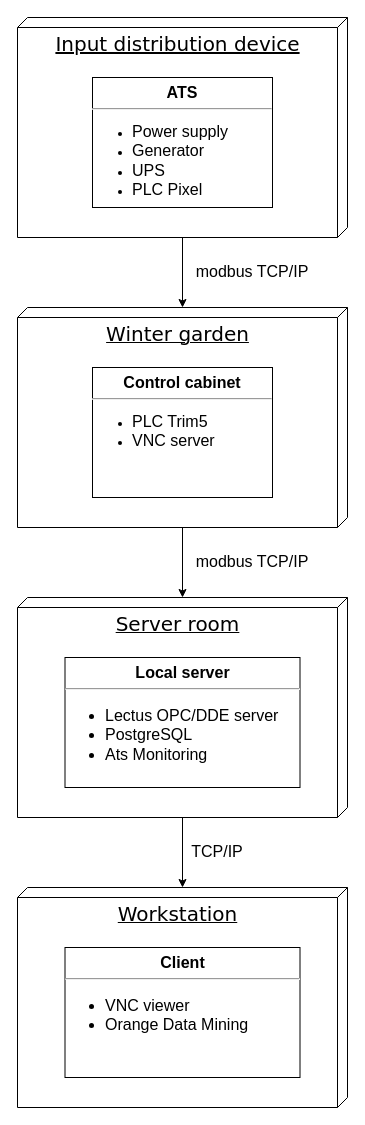
Before: diagram ats-monitoring.drawio.xml in stepanov-denis/ats-monitoring, a draw.io diagram. Source tidied: cells renumbered, new cells numbered last; positions are measured from the earlier drawing's top-left corner, leaving out a move shared by most shapes. Both pictures are drawn from the tidied source at 100%, with x=0, y=0 at pixel (17, 17).
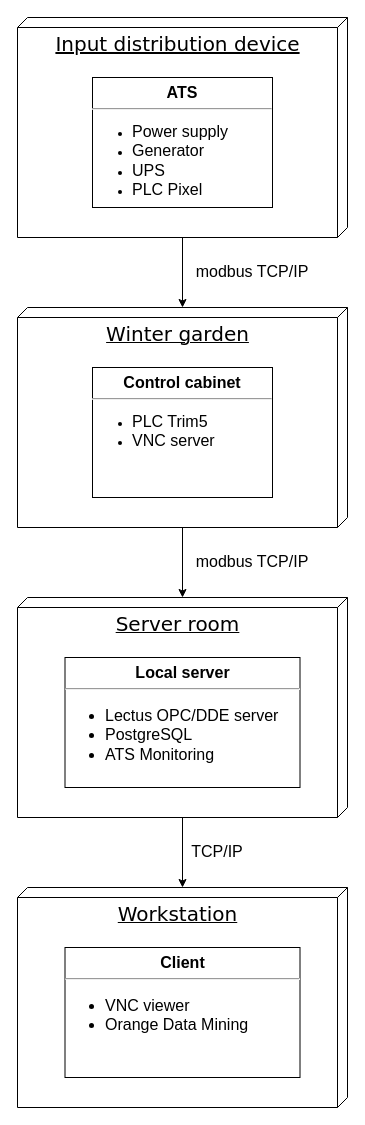
The same diagram, later.

Change to the diagram source:
```diff
@@
 <mxGraphModel>
   <root>
     <mxCell id="0" />
     <mxCell id="1" parent="0" />
     <mxCell id="2" style="edgeStyle=orthogonalEdgeStyle;rounded=0;jettySize=auto;html=1;fontSize=16;" parent="1" edge="1" source="3" target="6">
       <mxGeometry relative="1" as="geometry" />
     </mxCell>
     <mxCell id="3" value="&lt;div style=&quot;font-size: 20px&quot; align=&quot;center&quot;&gt;&lt;font style=&quot;font-size: 20px&quot;&gt;Input distribution device&lt;/font&gt;&lt;/div&gt;" style="verticalAlign=top;align=center;spacingTop=8;spacingLeft=2;spacingRight=12;shape=cube;size=10;direction=south;fontStyle=4;html=1;rounded=0;shadow=0;comic=0;labelBackgroundColor=none;strokeWidth=1;fontFamily=Verdana;fontSize=12;" parent="1" vertex="1">
       <mxGeometry width="330" height="220" as="geometry" />
     </mxCell>
     <mxCell id="4" value="&lt;p style=&quot;margin: 6px 0px 0px&quot; align=&quot;center&quot;&gt;&lt;b&gt;&lt;font size=&quot;1&quot;&gt;&lt;span style=&quot;font-size: 16px&quot;&gt;ATS&lt;/span&gt;&lt;/font&gt;&lt;/b&gt;&lt;/p&gt;&lt;hr align=&quot;left&quot;&gt;&lt;div align=&quot;left&quot;&gt;&lt;ul&gt;&lt;li&gt;&lt;font style=&quot;font-size: 16px&quot;&gt;Power supply&lt;/font&gt;&lt;/li&gt;&lt;li&gt;&lt;font style=&quot;font-size: 16px&quot;&gt;Generator&lt;/font&gt;&lt;/li&gt;&lt;li&gt;&lt;font style=&quot;font-size: 16px&quot;&gt;UPS&lt;/font&gt;&lt;/li&gt;&lt;li&gt;&lt;font style=&quot;font-size: 16px&quot;&gt;PLC Pixel&lt;/font&gt;&lt;/li&gt;&lt;/ul&gt;&lt;/div&gt;" style="align=left;overflow=fill;html=1;" parent="1" vertex="1">
       <mxGeometry x="75" y="60" width="180" height="130" as="geometry" />
     </mxCell>
     <mxCell id="5" style="edgeStyle=orthogonalEdgeStyle;rounded=0;jettySize=auto;html=1;fontSize=16;" parent="1" edge="1" source="6" target="10">
       <mxGeometry relative="1" as="geometry" />
     </mxCell>
     <mxCell id="6" value="&lt;div align=&quot;center&quot;&gt;&lt;font style=&quot;font-size: 20px&quot;&gt;Winter garden&lt;/font&gt;&lt;/div&gt;" style="verticalAlign=top;align=center;spacingTop=8;spacingLeft=2;spacingRight=12;shape=cube;size=10;direction=south;fontStyle=4;html=1;rounded=0;shadow=0;comic=0;labelBackgroundColor=none;strokeWidth=1;fontFamily=Verdana;fontSize=12;" parent="1" vertex="1">
       <mxGeometry y="290" width="330" height="220" as="geometry" />
     </mxCell>
     <mxCell id="7" value="&lt;p style=&quot;margin: 0px ; margin-top: 6px ; text-align: center&quot;&gt;&lt;b&gt;&lt;font style=&quot;font-size: 16px&quot;&gt;Control cabinet&lt;/font&gt;&lt;/b&gt;&lt;br&gt;&lt;/p&gt;&lt;hr&gt;&lt;div align=&quot;left&quot;&gt;&lt;ul&gt;&lt;li&gt;&lt;font style=&quot;font-size: 16px&quot;&gt;PLC Trim5&lt;/font&gt;&lt;/li&gt;&lt;li&gt;&lt;font style=&quot;font-size: 16px&quot;&gt;VNC server&lt;br&gt;&lt;/font&gt;&lt;/li&gt;&lt;/ul&gt;&lt;/div&gt;" style="align=left;overflow=fill;html=1;" parent="1" vertex="1">
       <mxGeometry x="75" y="350" width="180" height="130" as="geometry" />
     </mxCell>
     <mxCell id="8" value="modbus TCP/IP" style="text;align=center;fontStyle=0;verticalAlign=middle;spacingLeft=3;spacingRight=3;strokeColor=none;fontSize=16;" parent="1" vertex="1">
       <mxGeometry x="170" y="240" width="130" height="26" as="geometry" />
     </mxCell>
     <mxCell id="9" style="edgeStyle=orthogonalEdgeStyle;rounded=0;jettySize=auto;html=1;fontSize=16;" parent="1" edge="1" source="10" target="13">
       <mxGeometry relative="1" as="geometry" />
     </mxCell>
     <mxCell id="10" value="&lt;font style=&quot;font-size: 20px&quot;&gt;Server room&lt;/font&gt;" style="verticalAlign=top;align=center;spacingTop=8;spacingLeft=2;spacingRight=12;shape=cube;size=10;direction=south;fontStyle=4;html=1;rounded=0;shadow=0;comic=0;labelBackgroundColor=none;strokeWidth=1;fontFamily=Verdana;fontSize=12;" parent="1" vertex="1">
       <mxGeometry y="580" width="330" height="220" as="geometry" />
     </mxCell>
-    <mxCell id="11" value="&lt;p style=&quot;margin: 0px ; margin-top: 6px ; text-align: center&quot;&gt;&lt;b&gt;&lt;font size=&quot;1&quot;&gt;&lt;span style=&quot;font-size: 16px&quot;&gt;Local server&lt;br&gt;&lt;/span&gt;&lt;/font&gt;&lt;/b&gt;&lt;/p&gt;&lt;hr&gt;&lt;ul style=&quot;font-size: 16px&quot;&gt;&lt;li&gt;&lt;font style=&quot;font-size: 16px&quot;&gt;Lectus OPC/DDE server&lt;br&gt;&lt;/font&gt;&lt;/li&gt;&lt;li&gt;PostgreSQL&lt;br&gt;&lt;/li&gt;&lt;li&gt;Ats Monitoring&lt;br&gt;&lt;/li&gt;&lt;/ul&gt;" style="align=left;overflow=fill;html=1;" parent="1" vertex="1">
+    <mxCell id="11" value="&lt;p style=&quot;margin: 0px ; margin-top: 6px ; text-align: center&quot;&gt;&lt;b&gt;&lt;font size=&quot;1&quot;&gt;&lt;span style=&quot;font-size: 16px&quot;&gt;Local server&lt;br&gt;&lt;/span&gt;&lt;/font&gt;&lt;/b&gt;&lt;/p&gt;&lt;hr&gt;&lt;ul style=&quot;font-size: 16px&quot;&gt;&lt;li&gt;&lt;font style=&quot;font-size: 16px&quot;&gt;Lectus OPC/DDE server&lt;br&gt;&lt;/font&gt;&lt;/li&gt;&lt;li&gt;PostgreSQL&lt;br&gt;&lt;/li&gt;&lt;li&gt;ATS Monitoring&lt;br&gt;&lt;/li&gt;&lt;/ul&gt;" style="align=left;overflow=fill;html=1;" parent="1" vertex="1">
       <mxGeometry x="47.5" y="640" width="235" height="130" as="geometry" />
     </mxCell>
     <mxCell id="12" value="modbus TCP/IP" style="text;align=center;fontStyle=0;verticalAlign=middle;spacingLeft=3;spacingRight=3;strokeColor=none;fontSize=16;" parent="1" vertex="1">
       <mxGeometry x="170" y="530" width="130" height="26" as="geometry" />
     </mxCell>
     <mxCell id="13" value="&lt;font style=&quot;font-size: 20px&quot;&gt;Workstation&lt;/font&gt;" style="verticalAlign=top;align=center;spacingTop=8;spacingLeft=2;spacingRight=12;shape=cube;size=10;direction=south;fontStyle=4;html=1;rounded=0;shadow=0;comic=0;labelBackgroundColor=none;strokeWidth=1;fontFamily=Verdana;fontSize=12;" parent="1" vertex="1">
       <mxGeometry y="870" width="330" height="220" as="geometry" />
     </mxCell>
     <mxCell id="14" value="&lt;p style=&quot;margin: 0px ; margin-top: 6px ; text-align: center&quot;&gt;&lt;b&gt;&lt;font size=&quot;1&quot;&gt;&lt;span style=&quot;font-size: 16px&quot;&gt;Client&lt;br&gt;&lt;/span&gt;&lt;/font&gt;&lt;/b&gt;&lt;/p&gt;&lt;hr&gt;&lt;ul style=&quot;font-size: 16px&quot;&gt;&lt;li&gt;&lt;font style=&quot;font-size: 16px&quot;&gt;VNC viewer&lt;br&gt;&lt;/font&gt;&lt;/li&gt;&lt;li&gt;Orange Data Mining&lt;br&gt;&lt;/li&gt;&lt;/ul&gt;" style="align=left;overflow=fill;html=1;" parent="1" vertex="1">
       <mxGeometry x="47.5" y="930" width="235" height="130" as="geometry" />
     </mxCell>
     <mxCell id="15" value="TCP/IP" style="text;align=center;fontStyle=0;verticalAlign=middle;spacingLeft=3;spacingRight=3;strokeColor=none;fontSize=16;" parent="1" vertex="1">
       <mxGeometry x="170" y="820" width="60" height="26" as="geometry" />
     </mxCell>
   </root>
 </mxGraphModel>
```
